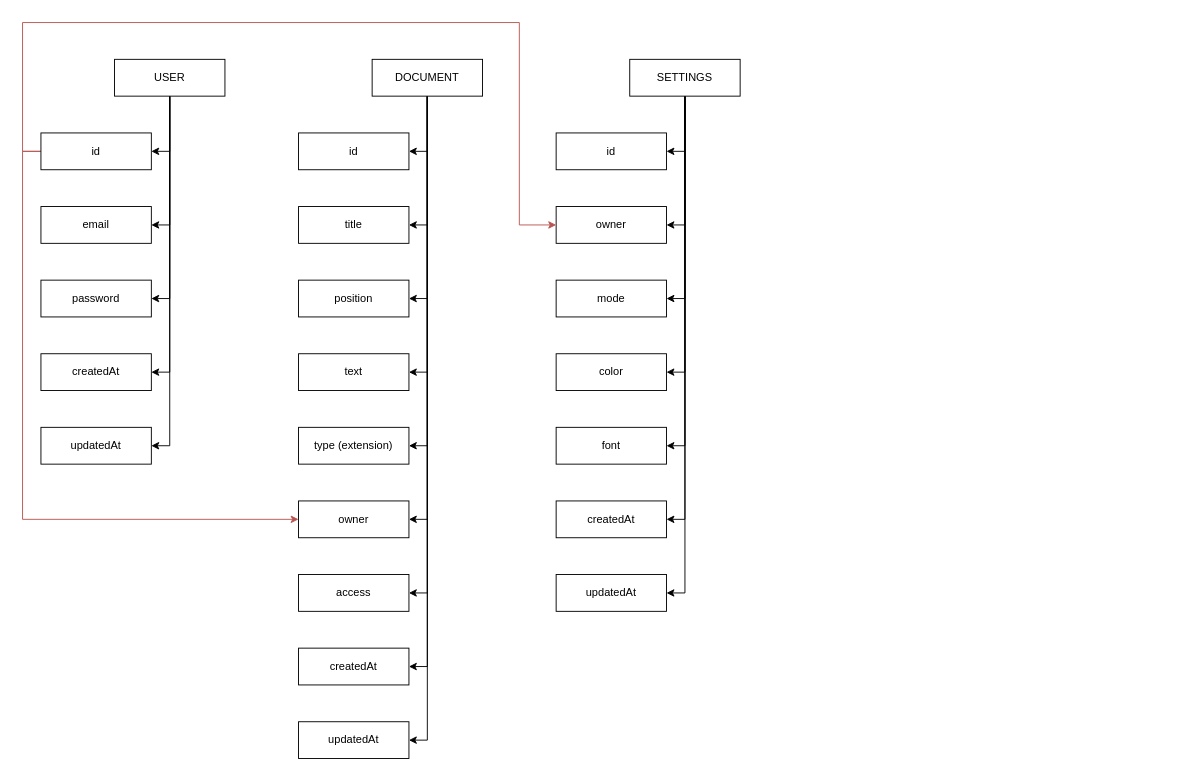
Above: WallE.drawio in GeorgeShvab/diagrams (draw.io), before the change. Source tidied: cells renumbered, new cells numbered last; positions are measured from the earlier drawing's top-left corner, leaving out a move shared by most shapes. Both pictures are drawn from the tidied source at 92%, with x=0, y=0 at pixel (22, 22).
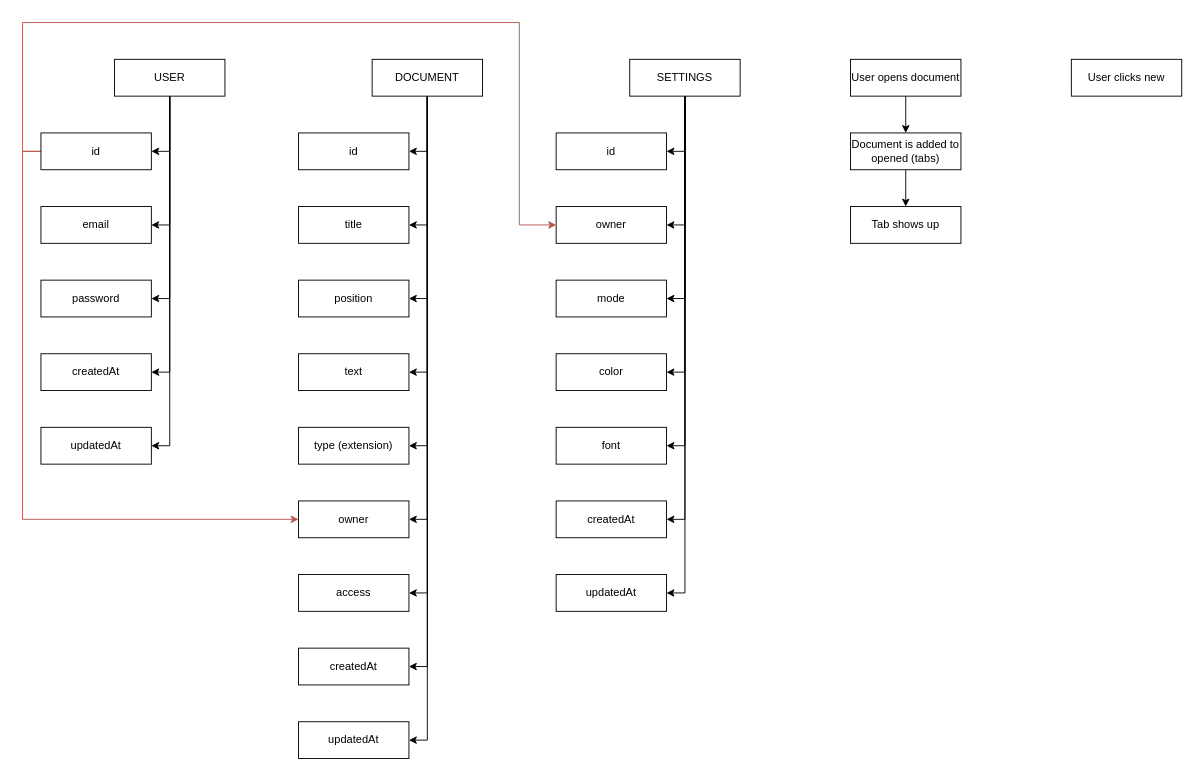
The same diagram, later.

Diff of the diagram source:
```diff
@@
+    <mxCell id="49" style="edgeStyle=orthogonalEdgeStyle;rounded=0;jettySize=auto;html=1;" parent="1" edge="1" source="50" target="52">
+      <mxGeometry relative="1" as="geometry" />
+    </mxCell>
+    <mxCell id="50" value="User opens document" style="rounded=0;whiteSpace=wrap;html=1;" parent="1" vertex="1">
+      <mxGeometry x="900" y="40" width="120" height="40" as="geometry" />
+    </mxCell>
+    <mxCell id="51" style="edgeStyle=orthogonalEdgeStyle;rounded=0;jettySize=auto;html=1;" parent="1" edge="1" source="52" target="53">
+      <mxGeometry relative="1" as="geometry" />
+    </mxCell>
+    <mxCell id="52" value="Document is added to opened (tabs)" style="rounded=0;whiteSpace=wrap;html=1;" parent="1" vertex="1">
+      <mxGeometry x="900" y="120" width="120" height="40" as="geometry" />
+    </mxCell>
+    <mxCell id="53" value="Tab shows up" style="rounded=0;whiteSpace=wrap;html=1;" parent="1" vertex="1">
+      <mxGeometry x="900" y="200" width="120" height="40" as="geometry" />
+    </mxCell>
+    <mxCell id="54" value="User clicks new" style="rounded=0;whiteSpace=wrap;html=1;" parent="1" vertex="1">
+      <mxGeometry x="1140" y="40" width="120" height="40" as="geometry" />
+    </mxCell>
```
